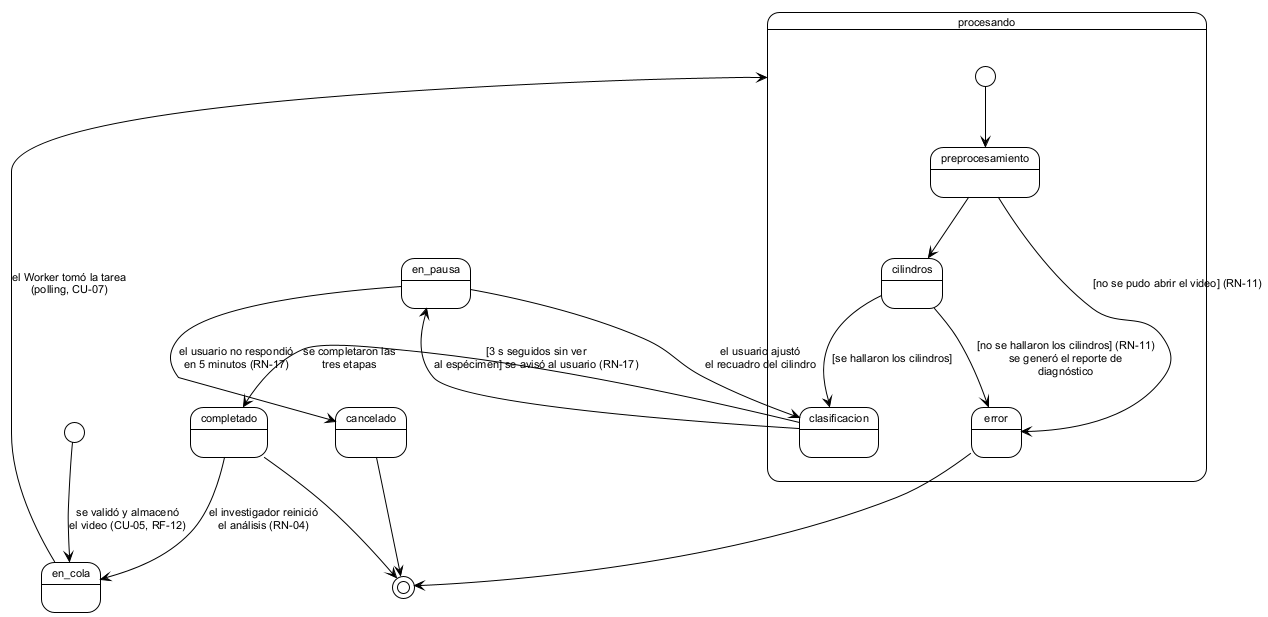
Earlier version of the PlantUML export figures/mermaid/estados_analisis.png (ErickJester/fst-ai-system-latex).
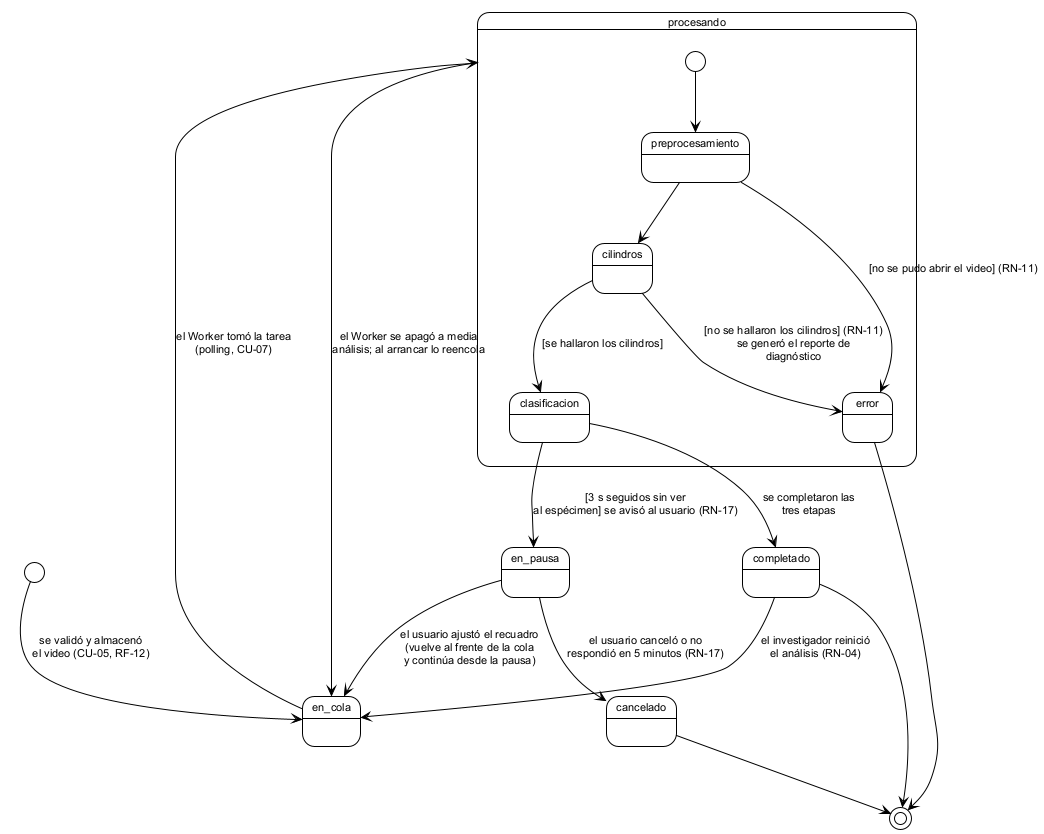
After the change.

What changed in the source:
```diff
@@ -17,8 +17,9 @@
 cilindros --> error : [no se hallaron los cilindros] (RN-11)\nse generó el reporte de\ndiagnóstico
 clasificacion --> completado : se completaron las\ntres etapas
 clasificacion --> en_pausa : [3 s seguidos sin ver\nal espécimen] se avisó al usuario (RN-17)
-en_pausa --> clasificacion : el usuario ajustó\nel recuadro del cilindro
-en_pausa --> cancelado : el usuario no respondió\nen 5 minutos (RN-17)
+en_pausa --> en_cola : el usuario ajustó el recuadro\n(vuelve al frente de la cola\ny continúa desde la pausa)
+en_pausa --> cancelado : el usuario canceló o no\nrespondió en 5 minutos (RN-17)
+procesando --> en_cola : el Worker se apagó a media\nanálisis; al arrancar lo reencola
 completado --> en_cola : el investigador reinició\nel análisis (RN-04)
 
 completado --> [*]
```
